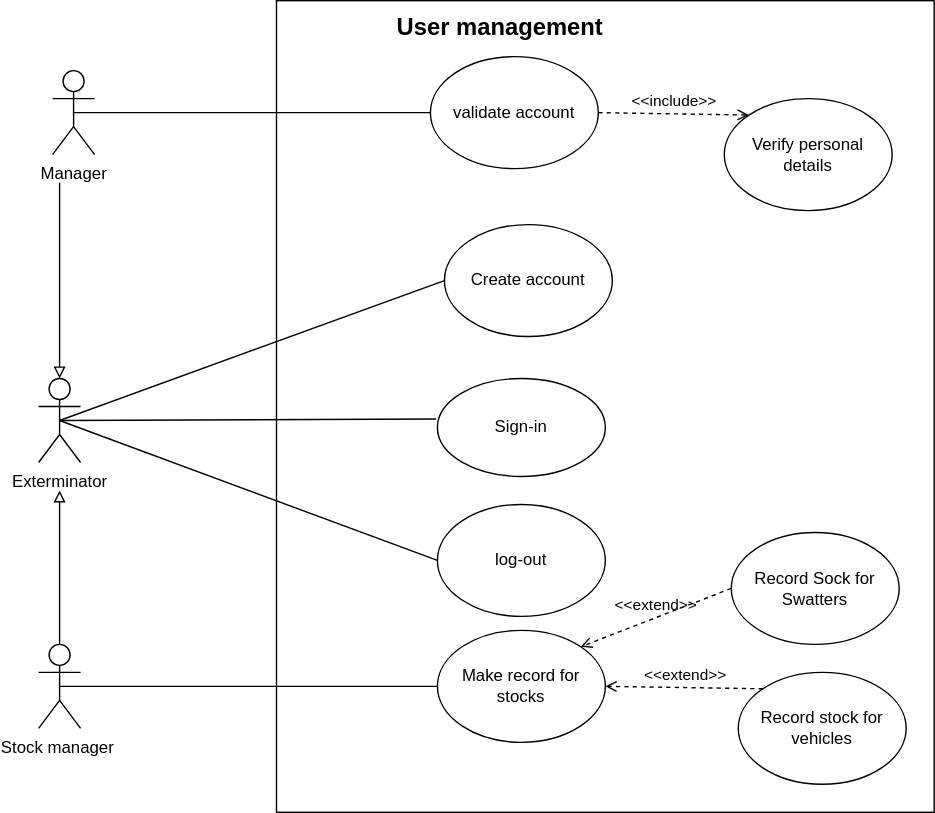
Earlier version of the draw.io export Exam_UseCase.svg (samuelpilusa365/myRepo). Source tidied: cells renumbered, new cells last; positions are measured from the earlier drawing's top-left corner, leaving out a move shared by most shapes.
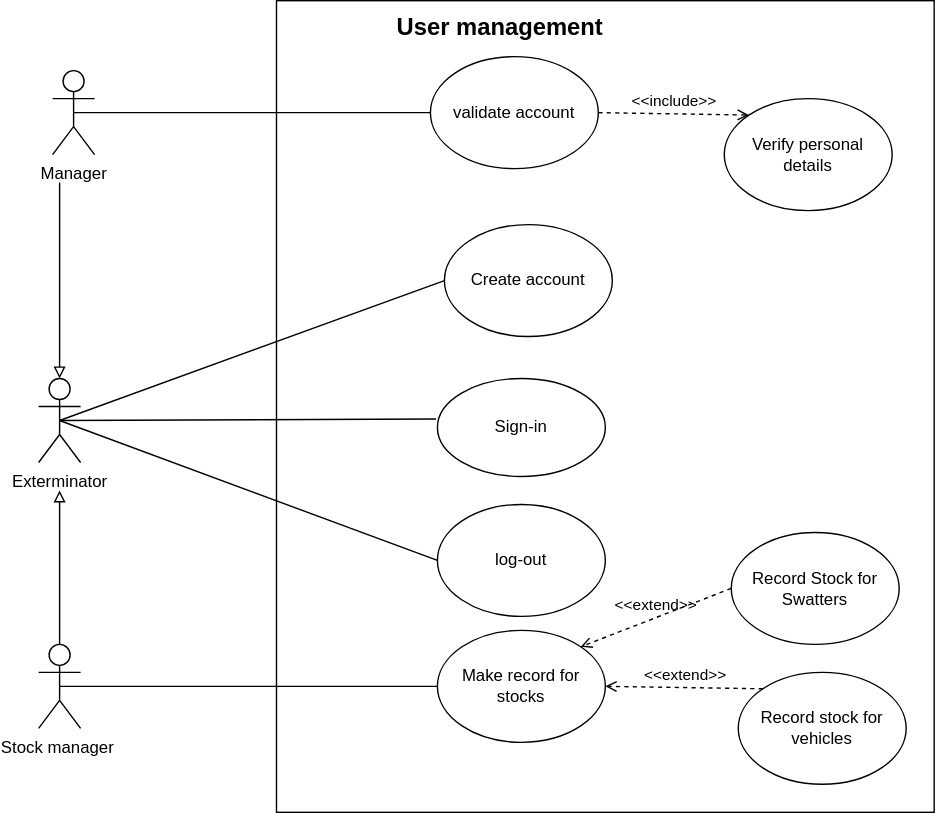
After the change.

Diff of the diagram source:
```diff
@@ -68,7 +68,7 @@
         <mxPoint x="15" y="350" as="targetPoint" />
       </mxGeometry>
     </mxCell>
-    <mxCell id="22" value="Record Sock for Swatters" style="ellipse;whiteSpace=wrap;html=1;" parent="1" vertex="1">
+    <mxCell id="22" value="Record Stock for Swatters" style="ellipse;whiteSpace=wrap;html=1;" parent="1" vertex="1">
       <mxGeometry x="495" y="380" width="120" height="80" as="geometry" />
     </mxCell>
     <mxCell id="23" value="Record stock for vehicles" style="ellipse;whiteSpace=wrap;html=1;" parent="1" vertex="1">
```
